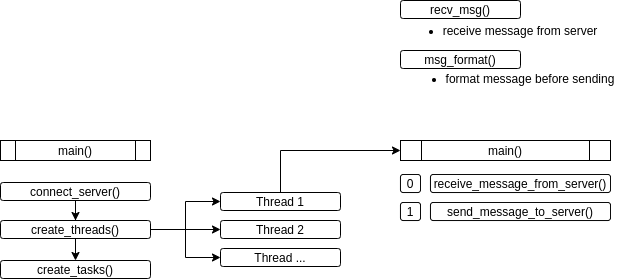
Earlier version of the draw.io export Chatting Bot/diagrams/chatBotClient.png (seonwoo960000/skill_stack). Source tidied: cells renumbered, new cells last; positions are measured from the earlier drawing's top-left corner, leaving out a move shared by most shapes.
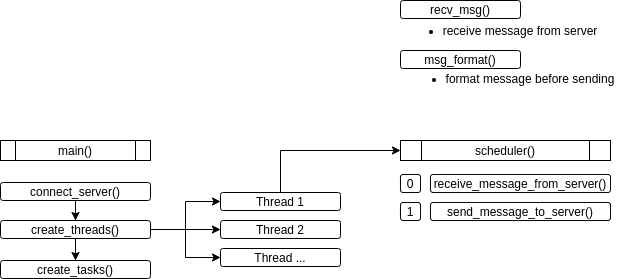
The same file after the commit.

What changed in the source:
```diff
@@ -41,7 +41,7 @@
     <mxCell id="14" value="Thread ..." style="rounded=1;whiteSpace=wrap;html=1;" parent="1" vertex="1">
       <mxGeometry x="220" y="248" width="120" height="18" as="geometry" />
     </mxCell>
-    <mxCell id="15" value="main()" style="shape=process;whiteSpace=wrap;html=1;backgroundOutline=1;" parent="1" vertex="1">
+    <mxCell id="15" value="scheduler()" style="shape=process;whiteSpace=wrap;html=1;backgroundOutline=1;" parent="1" vertex="1">
       <mxGeometry x="400" y="140" width="210" height="20" as="geometry" />
     </mxCell>
     <mxCell id="16" value="receive_message_from_server()" style="rounded=1;whiteSpace=wrap;html=1;" parent="1" vertex="1">
```
